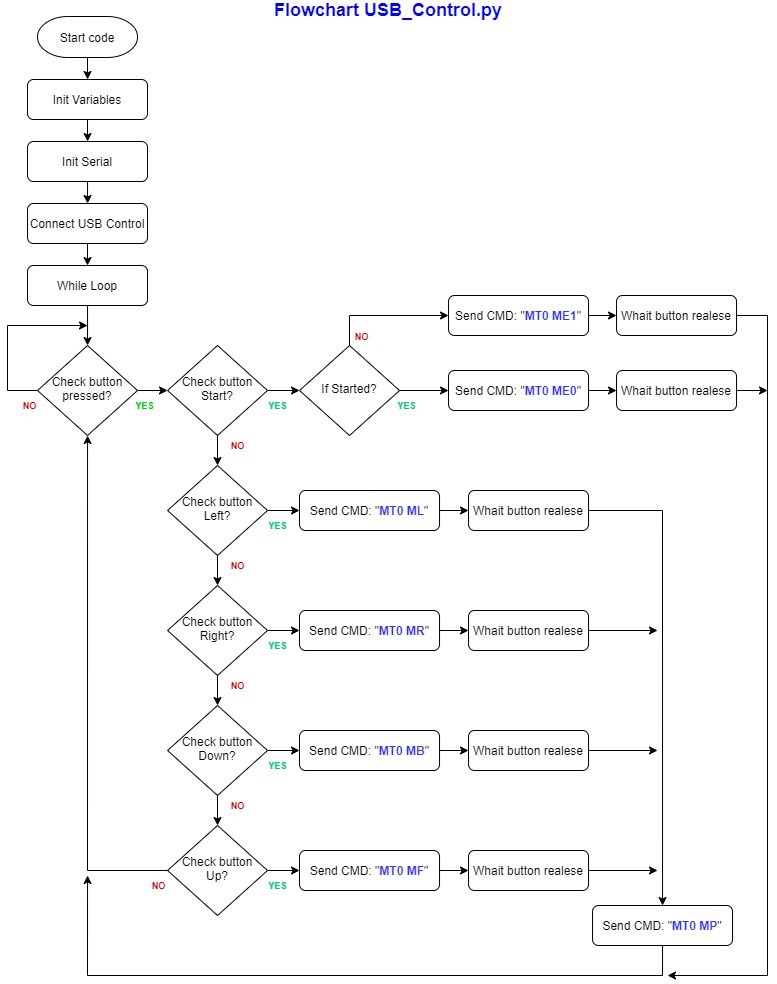
SolisTecnologia/RoboSolis-Control-USB keeps this draw.io diagram as png/Flowchart_USB_Control.png. Above is the earlier version. Source tidied: cells renumbered, new cells last; positions are measured from the earlier drawing's top-left corner, leaving out a move shared by most shapes.
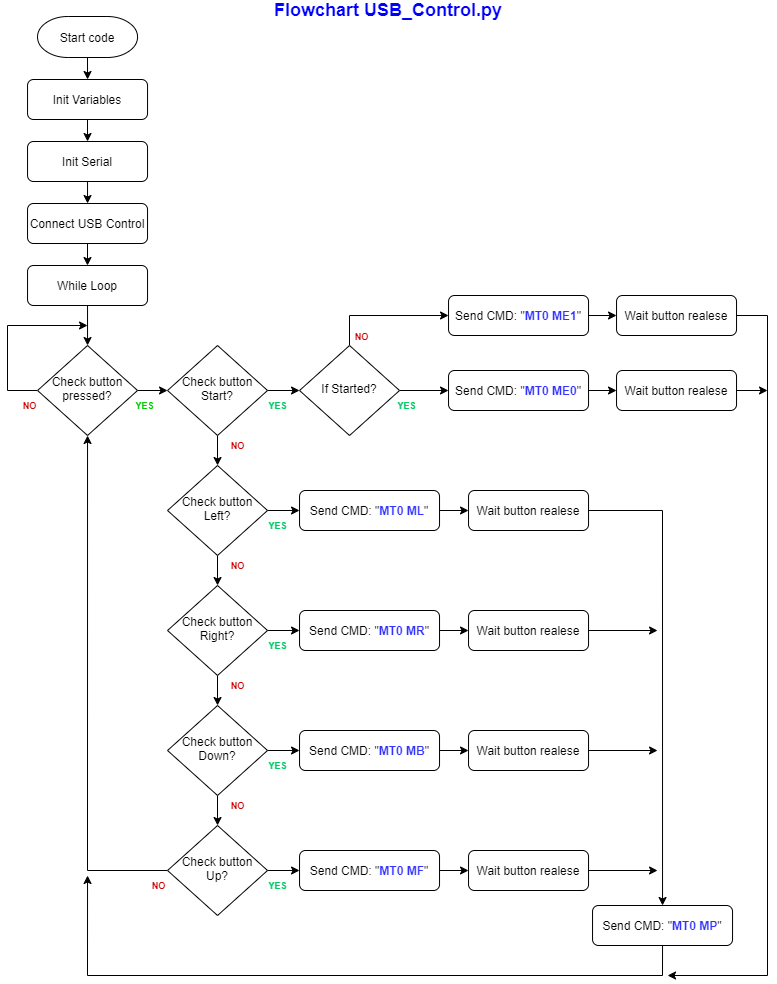
After the commit.

Change to the diagram source:
```diff
@@ -89,7 +89,7 @@
     <mxCell id="28" style="edgeStyle=orthogonalEdgeStyle;rounded=0;jettySize=auto;html=1;fontSize=9;fontColor=#CC0000;entryX=0.5;entryY=0;entryDx=0;entryDy=0;" parent="1" edge="1" source="29" target="31">
       <mxGeometry relative="1" as="geometry" />
     </mxCell>
-    <mxCell id="29" value="Whait button realese" style="rounded=1;whiteSpace=wrap;html=1;fontSize=12;glass=0;strokeWidth=1;shadow=0;" parent="1" vertex="1">
+    <mxCell id="29" value="Wait button realese" style="rounded=1;whiteSpace=wrap;html=1;fontSize=12;glass=0;strokeWidth=1;shadow=0;" parent="1" vertex="1">
       <mxGeometry x="461" y="490" width="120" height="40" as="geometry" />
     </mxCell>
     <mxCell id="30" style="edgeStyle=orthogonalEdgeStyle;rounded=0;jettySize=auto;html=1;fontSize=9;fontColor=#CC0000;exitX=0.5;exitY=1;exitDx=0;exitDy=0;" parent="1" edge="1" source="31">
@@ -115,7 +115,7 @@
         <mxPoint x="650" y="630" as="targetPoint" />
       </mxGeometry>
     </mxCell>
-    <mxCell id="35" value="Whait button realese" style="rounded=1;whiteSpace=wrap;html=1;fontSize=12;glass=0;strokeWidth=1;shadow=0;" parent="1" vertex="1">
+    <mxCell id="35" value="Wait button realese" style="rounded=1;whiteSpace=wrap;html=1;fontSize=12;glass=0;strokeWidth=1;shadow=0;" parent="1" vertex="1">
       <mxGeometry x="461" y="610" width="120" height="40" as="geometry" />
     </mxCell>
     <mxCell id="36" style="edgeStyle=orthogonalEdgeStyle;rounded=0;jettySize=auto;html=1;entryX=0;entryY=0.5;entryDx=0;entryDy=0;fontSize=9;fontColor=#CC0000;" parent="1" edge="1" source="37" target="39">
@@ -129,7 +129,7 @@
         <mxPoint x="650" y="750" as="targetPoint" />
       </mxGeometry>
     </mxCell>
-    <mxCell id="39" value="Whait button realese" style="rounded=1;whiteSpace=wrap;html=1;fontSize=12;glass=0;strokeWidth=1;shadow=0;" parent="1" vertex="1">
+    <mxCell id="39" value="Wait button realese" style="rounded=1;whiteSpace=wrap;html=1;fontSize=12;glass=0;strokeWidth=1;shadow=0;" parent="1" vertex="1">
       <mxGeometry x="461" y="730" width="120" height="40" as="geometry" />
     </mxCell>
     <mxCell id="40" style="edgeStyle=orthogonalEdgeStyle;rounded=0;jettySize=auto;html=1;entryX=0;entryY=0.5;entryDx=0;entryDy=0;fontSize=9;fontColor=#CC0000;" parent="1" edge="1" source="41" target="43">
@@ -143,7 +143,7 @@
         <mxPoint x="650" y="870" as="targetPoint" />
       </mxGeometry>
     </mxCell>
-    <mxCell id="43" value="Whait button realese" style="rounded=1;whiteSpace=wrap;html=1;fontSize=12;glass=0;strokeWidth=1;shadow=0;" parent="1" vertex="1">
+    <mxCell id="43" value="Wait button realese" style="rounded=1;whiteSpace=wrap;html=1;fontSize=12;glass=0;strokeWidth=1;shadow=0;" parent="1" vertex="1">
       <mxGeometry x="461" y="850" width="120" height="40" as="geometry" />
     </mxCell>
     <mxCell id="44" value="YES" style="edgeStyle=orthogonalEdgeStyle;rounded=0;jettySize=auto;html=1;entryX=0;entryY=0.5;entryDx=0;entryDy=0;fontSize=9;fontColor=#00CC66;fontStyle=1;" parent="1" edge="1" source="46" target="50">
@@ -181,7 +181,7 @@
         </Array>
       </mxGeometry>
     </mxCell>
-    <mxCell id="52" value="Whait button realese" style="rounded=1;whiteSpace=wrap;html=1;fontSize=12;glass=0;strokeWidth=1;shadow=0;" parent="1" vertex="1">
+    <mxCell id="52" value="Wait button realese" style="rounded=1;whiteSpace=wrap;html=1;fontSize=12;glass=0;strokeWidth=1;shadow=0;" parent="1" vertex="1">
       <mxGeometry x="609" y="295" width="120" height="40" as="geometry" />
     </mxCell>
     <mxCell id="53" style="edgeStyle=orthogonalEdgeStyle;rounded=0;jettySize=auto;html=1;fontSize=9;fontColor=#CC0000;exitX=1;exitY=0.5;exitDx=0;exitDy=0;" parent="1" edge="1" source="54">
@@ -189,7 +189,7 @@
         <mxPoint x="760" y="390" as="targetPoint" />
       </mxGeometry>
     </mxCell>
-    <mxCell id="54" value="Whait button realese" style="rounded=1;whiteSpace=wrap;html=1;fontSize=12;glass=0;strokeWidth=1;shadow=0;" parent="1" vertex="1">
+    <mxCell id="54" value="Wait button realese" style="rounded=1;whiteSpace=wrap;html=1;fontSize=12;glass=0;strokeWidth=1;shadow=0;" parent="1" vertex="1">
       <mxGeometry x="609" y="370" width="120" height="40" as="geometry" />
     </mxCell>
     <mxCell id="55" style="edgeStyle=orthogonalEdgeStyle;rounded=0;jettySize=auto;html=1;entryX=0.5;entryY=0;entryDx=0;entryDy=0;fontSize=9;fontColor=#CC0000;" parent="1" edge="1" source="56" target="3">
```
